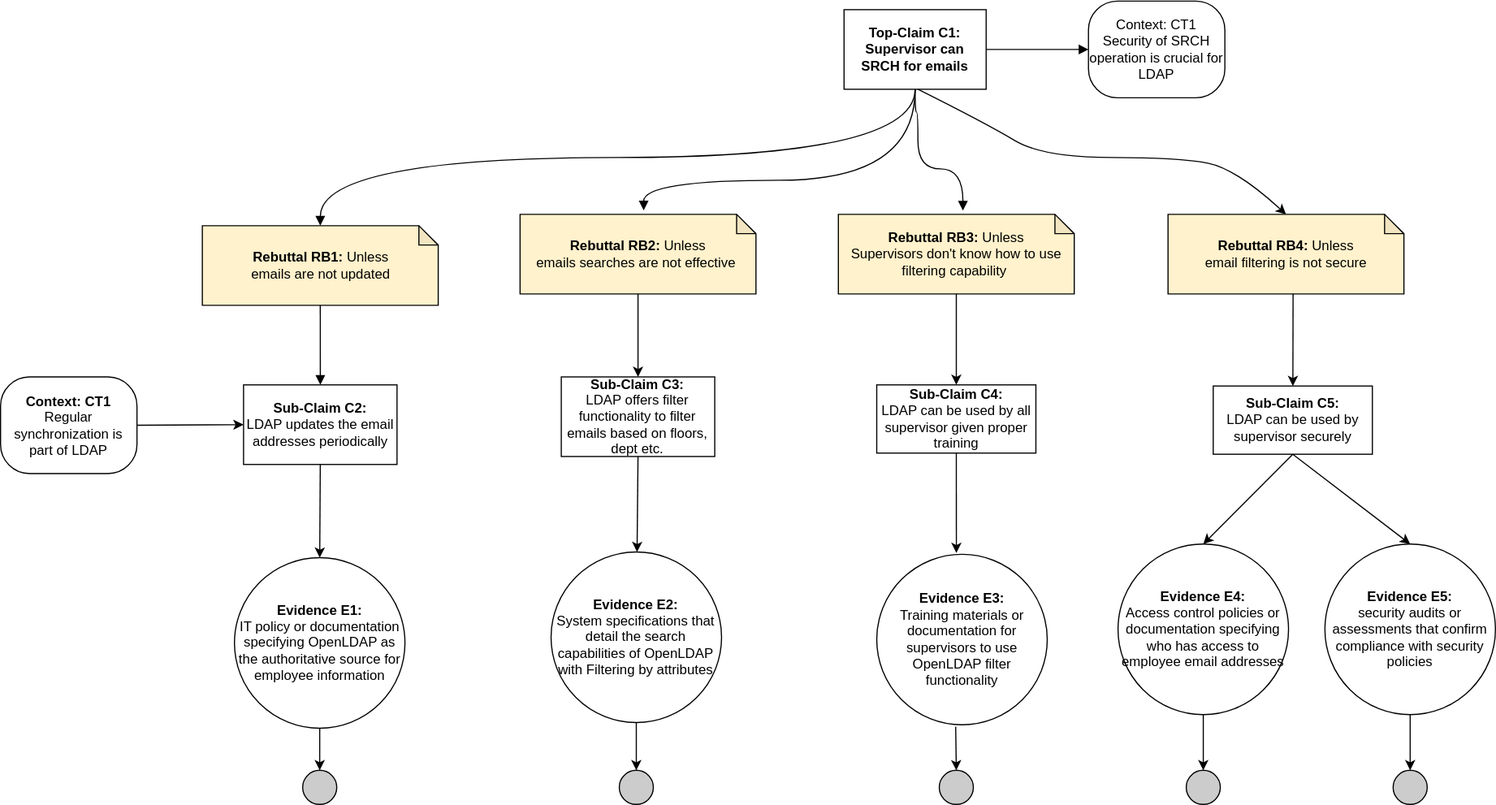
bartelsjoshuac/SAPG keeps this draw.io diagram as images/SRCH.svg. Above is the earlier version. Source tidied: cells renumbered, new cells last; positions are measured from the earlier drawing's top-left corner, leaving out a move shared by most shapes.
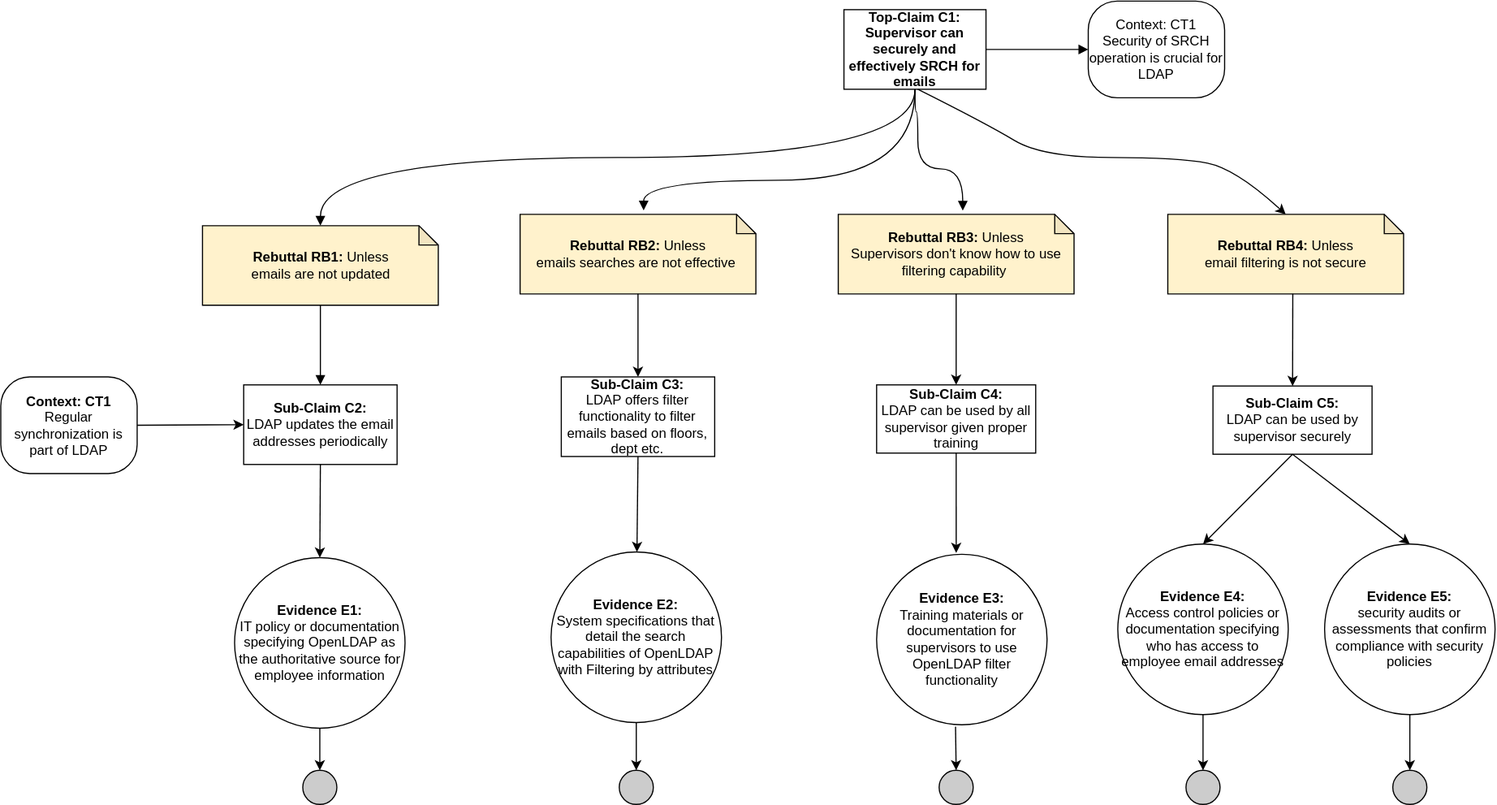
After the commit.

Change to the diagram source:
```diff
@@ -13,7 +13,7 @@
         </Array>
       </mxGeometry>
     </mxCell>
-    <mxCell id="4" value="&lt;b&gt;Top-Claim C1:&lt;br&gt;Supervisor can SRCH for emails&lt;br&gt;&lt;/b&gt;" style="rounded=0;whiteSpace=wrap;html=1;" parent="1" vertex="1">
+    <mxCell id="4" value="&lt;b&gt;Top-Claim C1:&lt;br&gt;Supervisor can securely and effectively SRCH for emails&lt;br&gt;&lt;/b&gt;" style="rounded=0;whiteSpace=wrap;html=1;" parent="1" vertex="1">
       <mxGeometry x="742" y="8" width="125" height="70" as="geometry" />
     </mxCell>
     <mxCell id="5" value="Context: CT1&lt;br&gt;Security of SRCH operation is crucial for LDAP" style="rounded=1;whiteSpace=wrap;html=1;arcSize=30;" parent="1" vertex="1">
```
